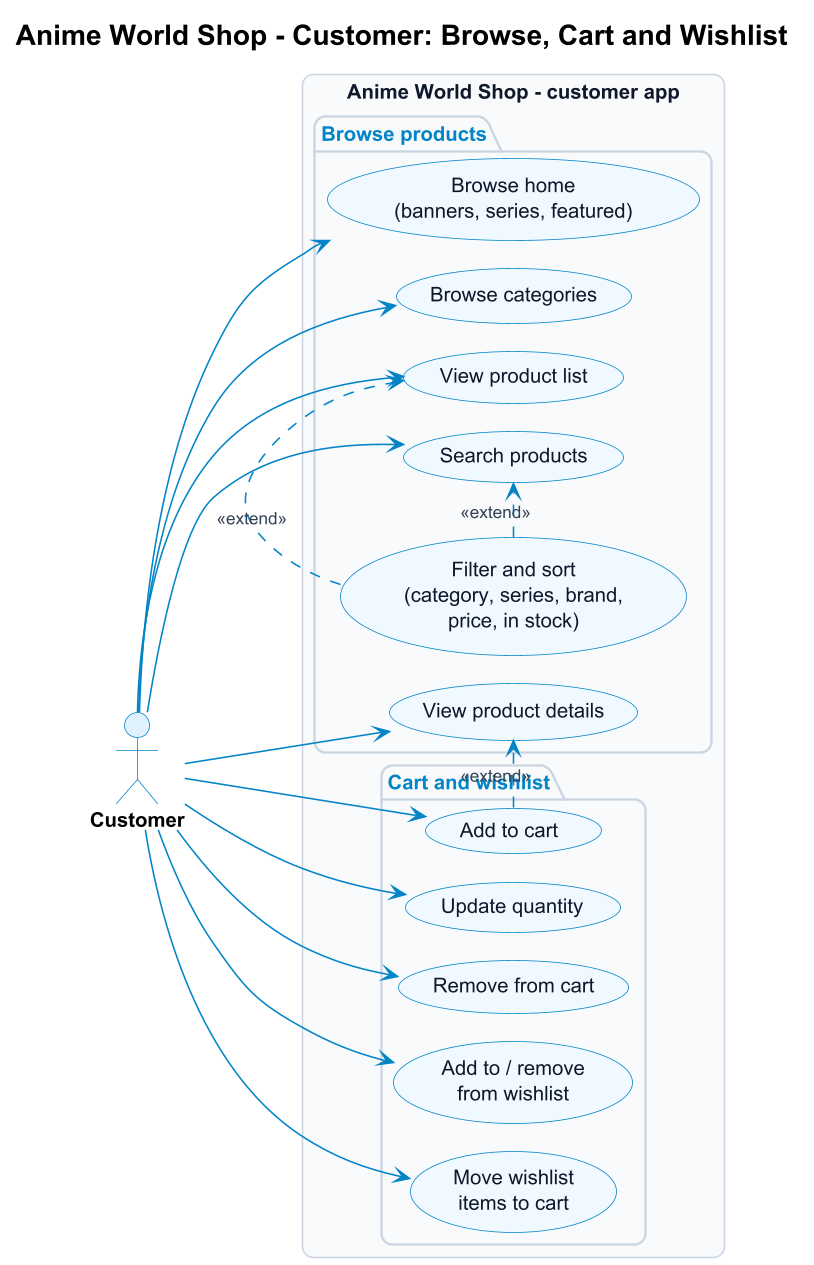
Earlier version of the PlantUML export docs/requirements/diagrams/use-case-customer-shopping.png (Vanchha16/MA_Final). Source of this version:
```plantuml
@startuml use-case-customer-shopping
skinparamlocked dpi 150
!pragma layout smetana
!include style.iuml
left to right direction
title Anime World Shop - Customer: Browse, Cart and Wishlist

actor Customer

rectangle "Anime World Shop - customer app" {
  package "Browse products" {
    usecase "Browse home\n(banners, series, featured)" as C_Home
    usecase "Browse categories" as C_Cats
    usecase "View product list" as C_List
    usecase "Search products" as C_Search
    usecase "Filter and sort\n(category, series, brand,\nprice, in stock)" as C_Filter
    usecase "View product details" as C_Details
  }
  package "Cart and wishlist" {
    usecase "Add to cart" as C_Add
    usecase "Update quantity" as C_Qty
    usecase "Remove from cart" as C_Remove
    usecase "Add to / remove\nfrom wishlist" as C_Wish
    usecase "Move wishlist\nitems to cart" as C_Move
  }
}

Customer --> C_Home
Customer --> C_Cats
Customer --> C_List
Customer --> C_Search
Customer --> C_Details
C_Filter .> C_List : <<extend>>
C_Filter .> C_Search : <<extend>>
Customer --> C_Add
Customer --> C_Qty
Customer --> C_Remove
Customer --> C_Wish
Customer --> C_Move
C_Add .> C_Details : <<extend>>
@enduml
```
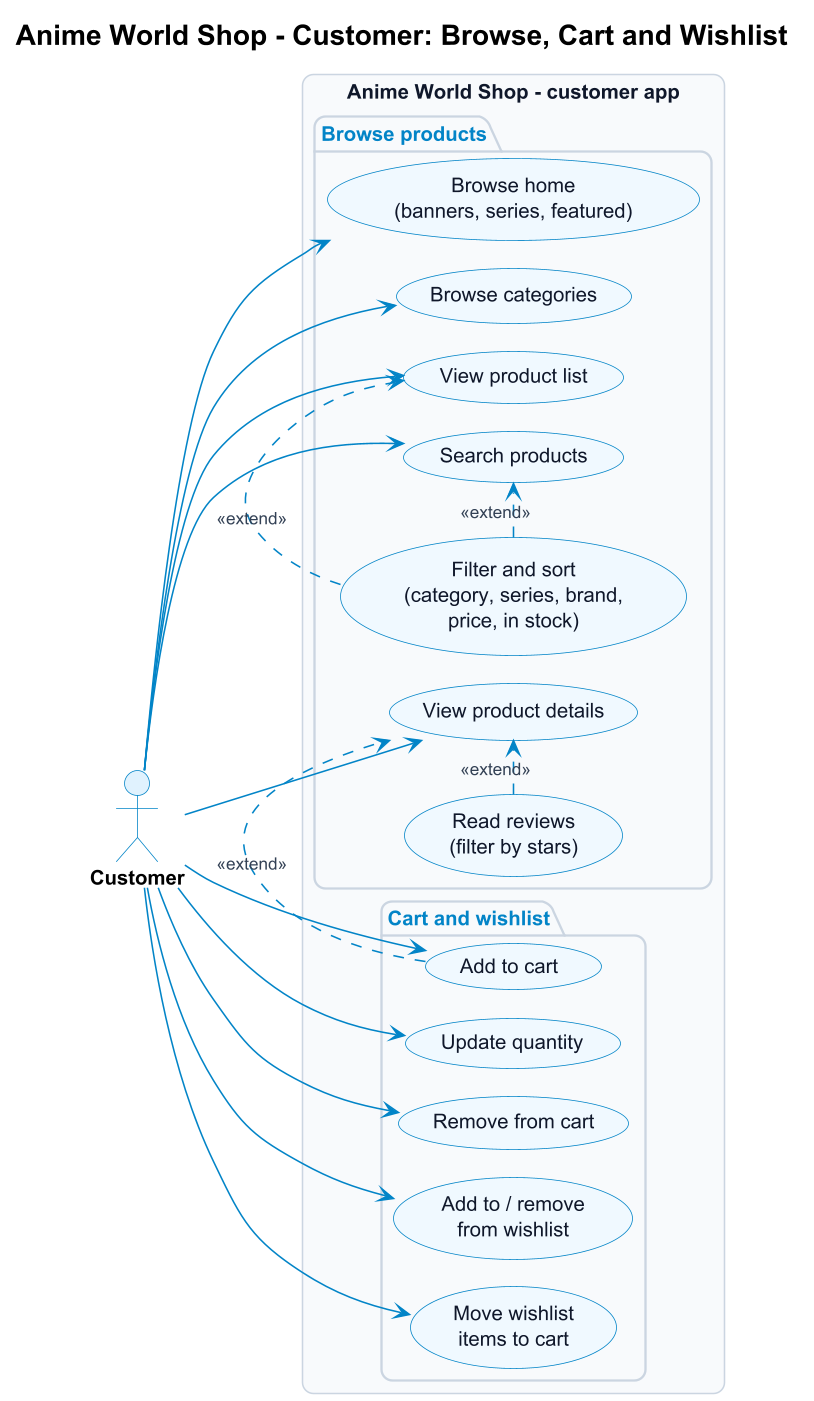
After the change.

What changed in the source:
```diff
@@ -15,6 +15,7 @@
     usecase "Search products" as C_Search
     usecase "Filter and sort\n(category, series, brand,\nprice, in stock)" as C_Filter
     usecase "View product details" as C_Details
+    usecase "Read reviews\n(filter by stars)" as C_Reviews
   }
   package "Cart and wishlist" {
     usecase "Add to cart" as C_Add
@@ -32,6 +33,7 @@
 Customer --> C_Details
 C_Filter .> C_List : <<extend>>
 C_Filter .> C_Search : <<extend>>
+C_Reviews .> C_Details : <<extend>>
 Customer --> C_Add
 Customer --> C_Qty
 Customer --> C_Remove
```
